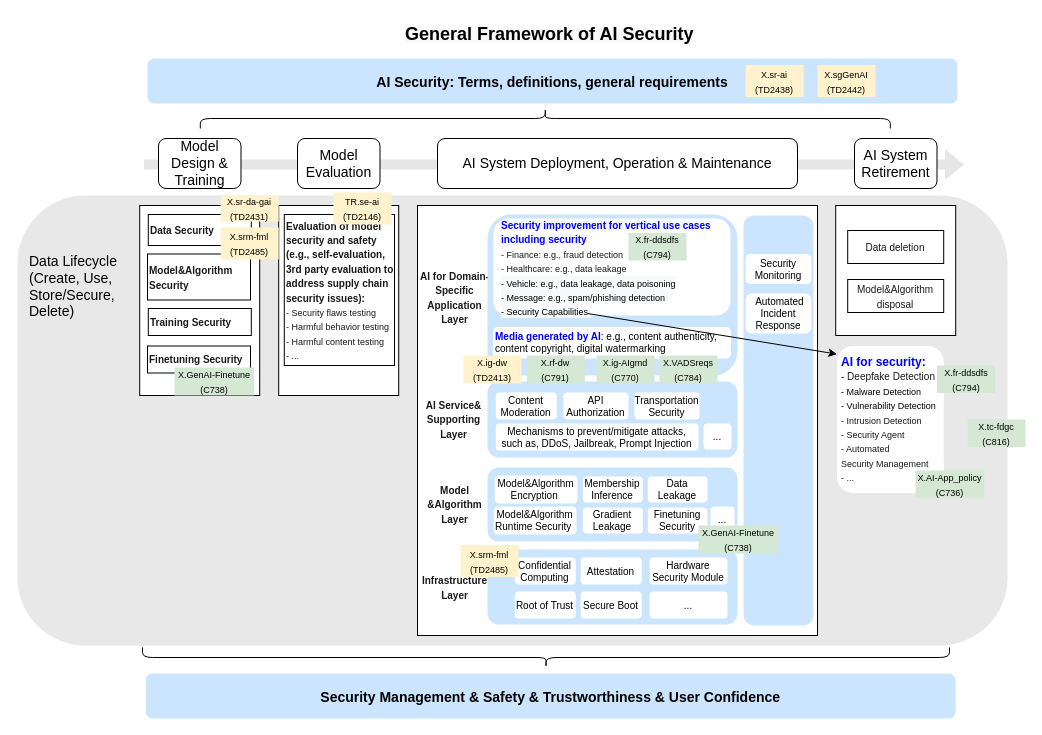
Before: page "v0.7" (4 of 4) of incubation/AI and Generative AI/general framework/map/SG17 AI Security Map General Framework.drawio in openitu/sg17collab, a draw.io diagram. Source tidied: cells renumbered, new cells numbered last; positions are measured from the earlier drawing's top-left corner, leaving out a move shared by most shapes. Both pictures are drawn from the tidied source at 100%, with x=0, y=0 at pixel (17, -227).
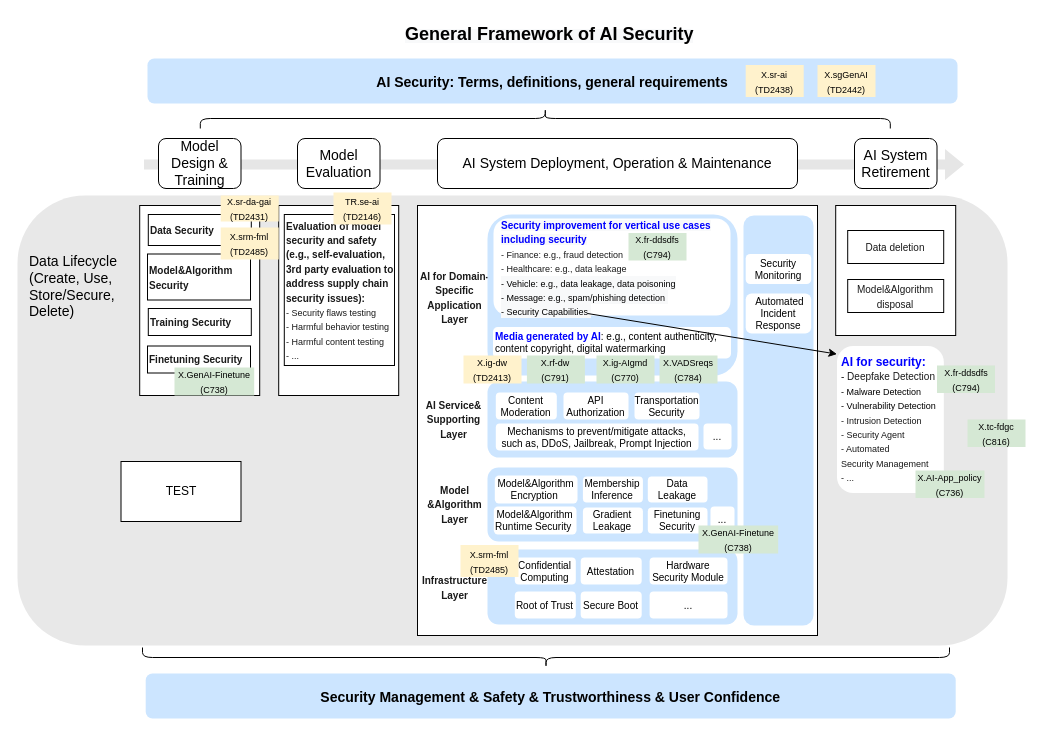
The same diagram, later.

What changed in the source:
```diff
@@
+    <mxCell id="76" value="TEST" style="rounded=0;whiteSpace=wrap;html=1;" parent="1" vertex="1">
+      <mxGeometry x="103.5" y="688" width="120" height="60" as="geometry" />
+    </mxCell>
```
